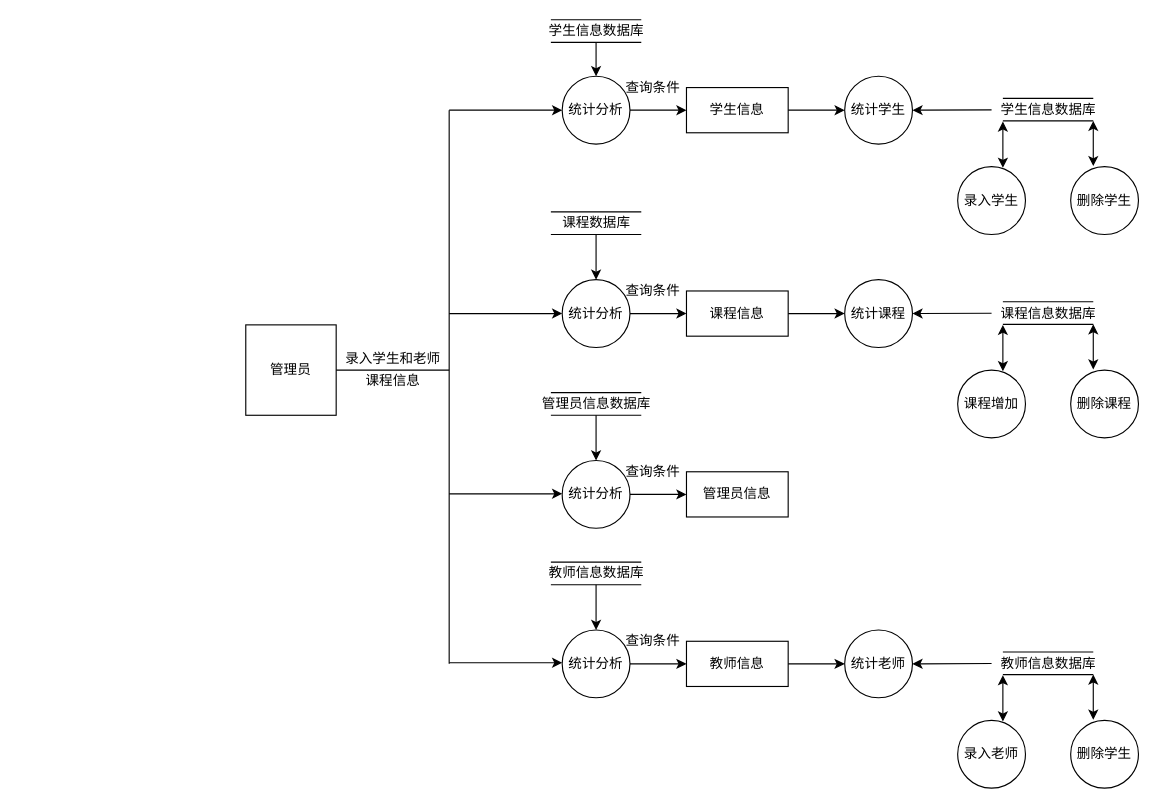
6973lb/A-A keeps this draw.io diagram as Untitled Diagram.drawio. Above is the earlier version. Source tidied: cells renumbered, new cells numbered last; positions are measured from the earlier drawing's top-left corner, leaving out a move shared by most shapes. Both pictures are drawn from the tidied source at 113%, with x=0, y=0 at pixel (245, 19).
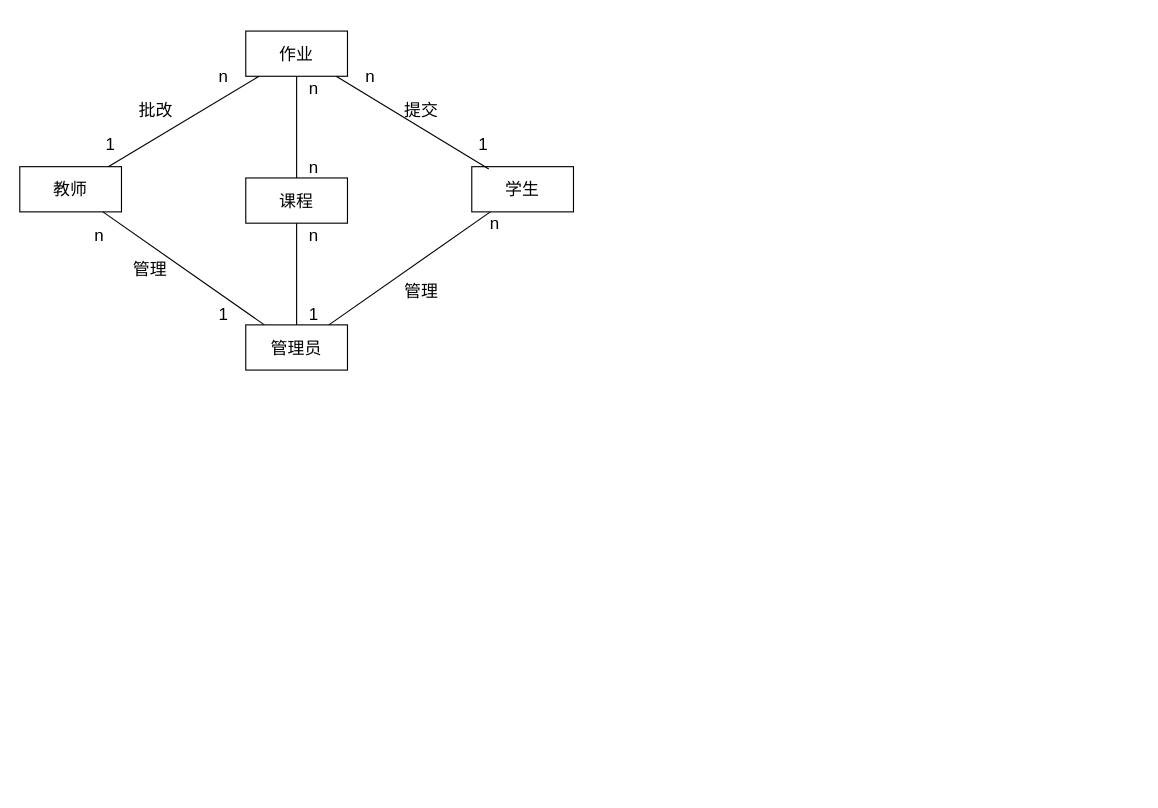
The same diagram, later.

What changed in the source:
```diff
@@
+    <mxCell id="73" value="教师" style="rounded=0;whiteSpace=wrap;html=1;fontSize=15;" parent="1" vertex="1">
+      <mxGeometry x="-200" y="130" width="90" height="40" as="geometry" />
+    </mxCell>
+    <mxCell id="74" value="作业" style="rounded=0;whiteSpace=wrap;html=1;fontSize=15;" parent="1" vertex="1">
+      <mxGeometry y="10" width="90" height="40" as="geometry" />
+    </mxCell>
-    <mxCell id="2" value="管理员" style="whiteSpace=wrap;html=1;" parent="1" vertex="1">
-      <mxGeometry y="270" width="80" height="80" as="geometry" />
+    <mxCell id="2" value="管理员" style="rounded=0;whiteSpace=wrap;html=1;fontSize=15;" parent="1" vertex="1">
+      <mxGeometry y="270" width="90" height="40" as="geometry" />
     </mxCell>
-    <mxCell id="3" style="endArrow=none;html=1;rounded=0;exitX=1;exitY=0.5;exitDx=0;exitDy=0;" parent="1" edge="1" source="2">
-      <mxGeometry relative="1" as="geometry">
-        <mxPoint x="180" y="310" as="targetPoint" />
-      </mxGeometry>
-    </mxCell>
-    <mxCell id="4" style="endArrow=none;html=1;rounded=0;" parent="1" edge="1">
-      <mxGeometry relative="1" as="geometry">
-        <mxPoint x="180" y="570" as="sourcePoint" />
-        <mxPoint x="180" y="80" as="targetPoint" />
-      </mxGeometry>
-    </mxCell>
-    <mxCell id="5" style="endArrow=classic;html=1;rounded=0;" parent="1" edge="1">
-      <mxGeometry relative="1" as="geometry">
-        <mxPoint x="180" y="80" as="sourcePoint" />
-        <mxPoint x="280" y="80" as="targetPoint" />
-      </mxGeometry>
-    </mxCell>
-    <mxCell id="6" value="统计分析" style="ellipse;whiteSpace=wrap;html=1;" parent="1" vertex="1">
-      <mxGeometry x="280" y="50" width="60" height="60" as="geometry" />
-    </mxCell>
-    <mxCell id="7" style="endArrow=none;html=1;rounded=0;" parent="1" edge="1">
-      <mxGeometry relative="1" as="geometry">
-        <mxPoint x="270" as="sourcePoint" />
-        <mxPoint x="350" as="targetPoint" />
-      </mxGeometry>
-    </mxCell>
-    <mxCell id="8" style="endArrow=none;html=1;rounded=0;" parent="1" edge="1">
-      <mxGeometry relative="1" as="geometry">
-        <mxPoint x="270" y="20" as="sourcePoint" />
-        <mxPoint x="350" y="20" as="targetPoint" />
-      </mxGeometry>
-    </mxCell>
-    <mxCell id="9" value="学生信息数据库" style="text;html=1;align=center;verticalAlign=middle;points=[];strokeColor=none;fillColor=none;" parent="1" vertex="1">
-      <mxGeometry x="260" width="100" height="20" as="geometry" />
-    </mxCell>
-    <mxCell id="10" style="endArrow=classic;html=1;rounded=0;entryX=0.5;entryY=0;entryDx=0;entryDy=0;" parent="1" edge="1" source="9" target="6">
-      <mxGeometry relative="1" as="geometry" />
-    </mxCell>
-    <mxCell id="11" value="学生信息" style="rounded=0;whiteSpace=wrap;html=1;" parent="1" vertex="1">
-      <mxGeometry x="390" y="60" width="90" height="40" as="geometry" />
-    </mxCell>
-    <mxCell id="12" style="endArrow=classic;html=1;rounded=0;exitX=1;exitY=0.5;exitDx=0;exitDy=0;entryX=0;entryY=0.5;entryDx=0;entryDy=0;" parent="1" edge="1" source="6" target="11">
-      <mxGeometry relative="1" as="geometry" />
-    </mxCell>
-    <mxCell id="13" value="统计学生" style="ellipse;whiteSpace=wrap;html=1;" parent="1" vertex="1">
-      <mxGeometry x="530" y="50" width="60" height="60" as="geometry" />
-    </mxCell>
-    <mxCell id="14" style="endArrow=none;html=1;rounded=0;" parent="1" edge="1">
-      <mxGeometry relative="1" as="geometry">
-        <mxPoint x="670" y="69.5" as="sourcePoint" />
-        <mxPoint x="750" y="69.5" as="targetPoint" />
-      </mxGeometry>
-    </mxCell>
-    <mxCell id="15" style="endArrow=none;html=1;rounded=0;" parent="1" edge="1">
-      <mxGeometry relative="1" as="geometry">
-        <mxPoint x="670" y="89.5" as="sourcePoint" />
-        <mxPoint x="750" y="89.5" as="targetPoint" />
-      </mxGeometry>
-    </mxCell>
-    <mxCell id="16" value="学生信息数据库" style="text;html=1;align=center;verticalAlign=middle;points=[];strokeColor=none;fillColor=none;" parent="1" vertex="1">
-      <mxGeometry x="660" y="69.5" width="100" height="20" as="geometry" />
-    </mxCell>
-    <mxCell id="17" style="endArrow=classic;html=1;rounded=0;entryX=1;entryY=0.5;entryDx=0;entryDy=0;" parent="1" edge="1" source="16" target="13">
-      <mxGeometry relative="1" as="geometry" />
-    </mxCell>
-    <mxCell id="18" value="统计分析" style="ellipse;whiteSpace=wrap;html=1;" parent="1" vertex="1">
-      <mxGeometry x="280" y="230" width="60" height="60" as="geometry" />
-    </mxCell>
-    <mxCell id="19" style="endArrow=none;html=1;rounded=0;" parent="1" edge="1">
-      <mxGeometry relative="1" as="geometry">
-        <mxPoint x="270" y="170" as="sourcePoint" />
-        <mxPoint x="350" y="170" as="targetPoint" />
-      </mxGeometry>
-    </mxCell>
-    <mxCell id="20" style="endArrow=none;html=1;rounded=0;" parent="1" edge="1">
-      <mxGeometry relative="1" as="geometry">
-        <mxPoint x="270" y="190" as="sourcePoint" />
-        <mxPoint x="350" y="190" as="targetPoint" />
-      </mxGeometry>
-    </mxCell>
-    <mxCell id="21" value="课程数据库" style="text;html=1;align=center;verticalAlign=middle;points=[];strokeColor=none;fillColor=none;" parent="1" vertex="1">
-      <mxGeometry x="270" y="170" width="80" height="20" as="geometry" />
-    </mxCell>
-    <mxCell id="22" style="endArrow=classic;html=1;rounded=0;entryX=0.5;entryY=0;entryDx=0;entryDy=0;" parent="1" edge="1" source="21" target="18">
-      <mxGeometry relative="1" as="geometry" />
-    </mxCell>
-    <mxCell id="23" value="课程信息" style="rounded=0;whiteSpace=wrap;html=1;" parent="1" vertex="1">
-      <mxGeometry x="390" y="240" width="90" height="40" as="geometry" />
-    </mxCell>
-    <mxCell id="24" style="endArrow=classic;html=1;rounded=0;exitX=1;exitY=0.5;exitDx=0;exitDy=0;entryX=0;entryY=0.5;entryDx=0;entryDy=0;" parent="1" edge="1" source="18" target="23">
-      <mxGeometry relative="1" as="geometry" />
-    </mxCell>
-    <mxCell id="25" value="统计分析" style="ellipse;whiteSpace=wrap;html=1;" parent="1" vertex="1">
-      <mxGeometry x="280" y="390" width="60" height="60" as="geometry" />
-    </mxCell>
-    <mxCell id="26" style="endArrow=none;html=1;rounded=0;" parent="1" edge="1">
-      <mxGeometry relative="1" as="geometry">
-        <mxPoint x="270" y="330" as="sourcePoint" />
-        <mxPoint x="350" y="330" as="targetPoint" />
-      </mxGeometry>
-    </mxCell>
-    <mxCell id="27" style="endArrow=none;html=1;rounded=0;" parent="1" edge="1">
-      <mxGeometry relative="1" as="geometry">
-        <mxPoint x="270" y="350" as="sourcePoint" />
-        <mxPoint x="350" y="350" as="targetPoint" />
-      </mxGeometry>
-    </mxCell>
-    <mxCell id="28" value="管理员信息数据库" style="text;html=1;align=center;verticalAlign=middle;points=[];strokeColor=none;fillColor=none;" parent="1" vertex="1">
-      <mxGeometry x="255" y="330" width="110" height="20" as="geometry" />
-    </mxCell>
-    <mxCell id="29" style="endArrow=classic;html=1;rounded=0;entryX=0.5;entryY=0;entryDx=0;entryDy=0;" parent="1" edge="1" source="28" target="25">
-      <mxGeometry relative="1" as="geometry" />
-    </mxCell>
-    <mxCell id="30" value="管理员信息" style="rounded=0;whiteSpace=wrap;html=1;" parent="1" vertex="1">
-      <mxGeometry x="390" y="400" width="90" height="40" as="geometry" />
-    </mxCell>
-    <mxCell id="31" style="endArrow=classic;html=1;rounded=0;exitX=1;exitY=0.5;exitDx=0;exitDy=0;entryX=0;entryY=0.5;entryDx=0;entryDy=0;" parent="1" edge="1" source="25" target="30">
-      <mxGeometry relative="1" as="geometry" />
-    </mxCell>
-    <mxCell id="32" value="统计分析" style="ellipse;whiteSpace=wrap;html=1;" parent="1" vertex="1">
-      <mxGeometry x="280" y="540" width="60" height="60" as="geometry" />
-    </mxCell>
-    <mxCell id="33" style="endArrow=none;html=1;rounded=0;" parent="1" edge="1">
-      <mxGeometry relative="1" as="geometry">
-        <mxPoint x="270" y="480" as="sourcePoint" />
-        <mxPoint x="350" y="480" as="targetPoint" />
-      </mxGeometry>
-    </mxCell>
-    <mxCell id="34" style="endArrow=none;html=1;rounded=0;" parent="1" edge="1">
-      <mxGeometry relative="1" as="geometry">
-        <mxPoint x="270" y="500" as="sourcePoint" />
-        <mxPoint x="350" y="500" as="targetPoint" />
-      </mxGeometry>
-    </mxCell>
-    <mxCell id="35" value="教师信息数据库" style="text;html=1;align=center;verticalAlign=middle;points=[];strokeColor=none;fillColor=none;" parent="1" vertex="1">
-      <mxGeometry x="260" y="480" width="100" height="20" as="geometry" />
-    </mxCell>
-    <mxCell id="36" style="endArrow=classic;html=1;rounded=0;entryX=0.5;entryY=0;entryDx=0;entryDy=0;" parent="1" edge="1" source="35" target="32">
-      <mxGeometry relative="1" as="geometry" />
-    </mxCell>
-    <mxCell id="37" value="教师信息" style="rounded=0;whiteSpace=wrap;html=1;" parent="1" vertex="1">
-      <mxGeometry x="390" y="550" width="90" height="40" as="geometry" />
-    </mxCell>
-    <mxCell id="38" style="endArrow=classic;html=1;rounded=0;exitX=1;exitY=0.5;exitDx=0;exitDy=0;entryX=0;entryY=0.5;entryDx=0;entryDy=0;" parent="1" edge="1" source="32" target="37">
-      <mxGeometry relative="1" as="geometry" />
-    </mxCell>
-    <mxCell id="39" style="endArrow=classic;html=1;rounded=0;entryX=0;entryY=0.5;entryDx=0;entryDy=0;exitX=1;exitY=0.5;exitDx=0;exitDy=0;" parent="1" edge="1" source="11" target="13">
-      <mxGeometry relative="1" as="geometry" />
-    </mxCell>
-    <mxCell id="40" value="录入学生" style="ellipse;whiteSpace=wrap;html=1;" parent="1" vertex="1">
-      <mxGeometry x="630" y="130" width="60" height="60" as="geometry" />
-    </mxCell>
-    <mxCell id="41" value="删除学生" style="ellipse;whiteSpace=wrap;html=1;" parent="1" vertex="1">
-      <mxGeometry x="730" y="130" width="60" height="60" as="geometry" />
-    </mxCell>
-    <mxCell id="42" style="endArrow=classic;startArrow=classic;html=1;rounded=0;entryX=0.667;entryY=0.017;entryDx=0;entryDy=0;entryPerimeter=0;" parent="1" edge="1" target="40">
-      <mxGeometry relative="1" as="geometry">
-        <mxPoint x="670" y="90" as="sourcePoint" />
-      </mxGeometry>
-    </mxCell>
-    <mxCell id="43" style="endArrow=classic;startArrow=classic;html=1;rounded=0;entryX=0.5;entryY=0;entryDx=0;entryDy=0;" parent="1" edge="1">
-      <mxGeometry relative="1" as="geometry">
-        <mxPoint x="750" y="89.5" as="sourcePoint" />
-        <mxPoint x="750" y="129.5" as="targetPoint" />
-      </mxGeometry>
-    </mxCell>
-    <mxCell id="44" value="统计课程" style="ellipse;whiteSpace=wrap;html=1;" parent="1" vertex="1">
-      <mxGeometry x="530" y="230" width="60" height="60" as="geometry" />
-    </mxCell>
-    <mxCell id="45" style="endArrow=none;html=1;rounded=0;" parent="1" edge="1">
-      <mxGeometry relative="1" as="geometry">
-        <mxPoint x="670" y="249.5" as="sourcePoint" />
-        <mxPoint x="750" y="249.5" as="targetPoint" />
-      </mxGeometry>
-    </mxCell>
-    <mxCell id="46" style="endArrow=none;html=1;rounded=0;" parent="1" edge="1">
-      <mxGeometry relative="1" as="geometry">
-        <mxPoint x="670" y="269.5" as="sourcePoint" />
-        <mxPoint x="750" y="269.5" as="targetPoint" />
-      </mxGeometry>
-    </mxCell>
-    <mxCell id="47" value="课程信息数据库" style="text;html=1;align=center;verticalAlign=middle;points=[];strokeColor=none;fillColor=none;" parent="1" vertex="1">
-      <mxGeometry x="660" y="249.5" width="100" height="20" as="geometry" />
-    </mxCell>
-    <mxCell id="48" style="endArrow=classic;html=1;rounded=0;entryX=1;entryY=0.5;entryDx=0;entryDy=0;" parent="1" edge="1" source="47" target="44">
-      <mxGeometry relative="1" as="geometry" />
-    </mxCell>
-    <mxCell id="49" style="endArrow=classic;html=1;rounded=0;entryX=0;entryY=0.5;entryDx=0;entryDy=0;exitX=1;exitY=0.5;exitDx=0;exitDy=0;" parent="1" edge="1" target="44">
-      <mxGeometry relative="1" as="geometry">
-        <mxPoint x="480" y="260" as="sourcePoint" />
-      </mxGeometry>
-    </mxCell>
-    <mxCell id="50" value="课程增加" style="ellipse;whiteSpace=wrap;html=1;" parent="1" vertex="1">
-      <mxGeometry x="630" y="310" width="60" height="60" as="geometry" />
-    </mxCell>
-    <mxCell id="51" value="删除课程" style="ellipse;whiteSpace=wrap;html=1;" parent="1" vertex="1">
-      <mxGeometry x="730" y="310" width="60" height="60" as="geometry" />
-    </mxCell>
-    <mxCell id="52" style="endArrow=classic;startArrow=classic;html=1;rounded=0;entryX=0.667;entryY=0.017;entryDx=0;entryDy=0;entryPerimeter=0;" parent="1" edge="1" target="50">
-      <mxGeometry relative="1" as="geometry">
-        <mxPoint x="670" y="270" as="sourcePoint" />
-      </mxGeometry>
-    </mxCell>
-    <mxCell id="53" style="endArrow=classic;startArrow=classic;html=1;rounded=0;entryX=0.5;entryY=0;entryDx=0;entryDy=0;" parent="1" edge="1">
-      <mxGeometry relative="1" as="geometry">
-        <mxPoint x="750" y="269.5" as="sourcePoint" />
-        <mxPoint x="750" y="309.5" as="targetPoint" />
-      </mxGeometry>
-    </mxCell>
-    <mxCell id="54" value="统计老师" style="ellipse;whiteSpace=wrap;html=1;" parent="1" vertex="1">
-      <mxGeometry x="530" y="540" width="60" height="60" as="geometry" />
-    </mxCell>
-    <mxCell id="55" style="endArrow=none;html=1;rounded=0;" parent="1" edge="1">
-      <mxGeometry relative="1" as="geometry">
-        <mxPoint x="670" y="559.5" as="sourcePoint" />
-        <mxPoint x="750" y="559.5" as="targetPoint" />
-      </mxGeometry>
-    </mxCell>
-    <mxCell id="56" style="endArrow=none;html=1;rounded=0;" parent="1" edge="1">
-      <mxGeometry relative="1" as="geometry">
-        <mxPoint x="670" y="579.5" as="sourcePoint" />
-        <mxPoint x="750" y="579.5" as="targetPoint" />
-      </mxGeometry>
-    </mxCell>
-    <mxCell id="57" value="教师信息数据库" style="text;html=1;align=center;verticalAlign=middle;points=[];strokeColor=none;fillColor=none;" parent="1" vertex="1">
-      <mxGeometry x="660" y="559.5" width="100" height="20" as="geometry" />
-    </mxCell>
-    <mxCell id="58" style="endArrow=classic;html=1;rounded=0;entryX=1;entryY=0.5;entryDx=0;entryDy=0;" parent="1" edge="1" source="57" target="54">
-      <mxGeometry relative="1" as="geometry" />
-    </mxCell>
-    <mxCell id="59" style="endArrow=classic;html=1;rounded=0;entryX=0;entryY=0.5;entryDx=0;entryDy=0;exitX=1;exitY=0.5;exitDx=0;exitDy=0;" parent="1" edge="1" target="54">
-      <mxGeometry relative="1" as="geometry">
-        <mxPoint x="480" y="570" as="sourcePoint" />
-      </mxGeometry>
-    </mxCell>
-    <mxCell id="60" value="录入老师" style="ellipse;whiteSpace=wrap;html=1;" parent="1" vertex="1">
-      <mxGeometry x="630" y="620" width="60" height="60" as="geometry" />
-    </mxCell>
-    <mxCell id="61" value="删除学生" style="ellipse;whiteSpace=wrap;html=1;" parent="1" vertex="1">
-      <mxGeometry x="730" y="620" width="60" height="60" as="geometry" />
-    </mxCell>
-    <mxCell id="62" style="endArrow=classic;startArrow=classic;html=1;rounded=0;entryX=0.667;entryY=0.017;entryDx=0;entryDy=0;entryPerimeter=0;" parent="1" edge="1" target="60">
-      <mxGeometry relative="1" as="geometry">
-        <mxPoint x="670" y="580" as="sourcePoint" />
-      </mxGeometry>
-    </mxCell>
-    <mxCell id="63" style="endArrow=classic;startArrow=classic;html=1;rounded=0;entryX=0.5;entryY=0;entryDx=0;entryDy=0;" parent="1" edge="1">
-      <mxGeometry relative="1" as="geometry">
-        <mxPoint x="750" y="579.5" as="sourcePoint" />
-        <mxPoint x="750" y="619.5" as="targetPoint" />
-      </mxGeometry>
-    </mxCell>
-    <mxCell id="64" style="endArrow=classic;html=1;rounded=0;entryX=0;entryY=0.5;entryDx=0;entryDy=0;" parent="1" edge="1" target="18">
-      <mxGeometry relative="1" as="geometry">
-        <mxPoint x="180" y="260" as="sourcePoint" />
-      </mxGeometry>
-    </mxCell>
-    <mxCell id="65" style="endArrow=classic;html=1;rounded=0;entryX=0;entryY=0.5;entryDx=0;entryDy=0;" parent="1" edge="1">
-      <mxGeometry relative="1" as="geometry">
-        <mxPoint x="180" y="419.5" as="sourcePoint" />
-        <mxPoint x="280" y="419.5" as="targetPoint" />
-      </mxGeometry>
-    </mxCell>
-    <mxCell id="66" style="endArrow=classic;html=1;rounded=0;entryX=0;entryY=0.5;entryDx=0;entryDy=0;" parent="1" edge="1">
-      <mxGeometry relative="1" as="geometry">
-        <mxPoint x="180" y="569" as="sourcePoint" />
-        <mxPoint x="280" y="569" as="targetPoint" />
-      </mxGeometry>
-    </mxCell>
-    <mxCell id="67" value="查询条件" style="text;html=1;align=center;verticalAlign=middle;strokeColor=none;fillColor=none;" parent="1" vertex="1">
-      <mxGeometry x="330" y="50" width="60" height="20" as="geometry" />
-    </mxCell>
-    <mxCell id="68" value="查询条件" style="text;html=1;align=center;verticalAlign=middle;strokeColor=none;fillColor=none;" parent="1" vertex="1">
-      <mxGeometry x="330" y="230" width="60" height="20" as="geometry" />
-    </mxCell>
-    <mxCell id="69" value="查询条件" style="text;html=1;align=center;verticalAlign=middle;strokeColor=none;fillColor=none;" parent="1" vertex="1">
-      <mxGeometry x="330" y="390" width="60" height="20" as="geometry" />
-    </mxCell>
-    <mxCell id="70" value="查询条件" style="text;html=1;align=center;verticalAlign=middle;strokeColor=none;fillColor=none;" parent="1" vertex="1">
-      <mxGeometry x="330" y="539.5" width="60" height="20" as="geometry" />
-    </mxCell>
-    <mxCell id="71" value="录入学生和老师" style="text;html=1;align=center;verticalAlign=middle;strokeColor=none;fillColor=none;" parent="1" vertex="1">
-      <mxGeometry x="80" y="290" width="100" height="20" as="geometry" />
-    </mxCell>
-    <mxCell id="72" value="课程信息" style="text;html=1;align=center;verticalAlign=middle;strokeColor=none;fillColor=none;" parent="1" vertex="1">
-      <mxGeometry x="100" y="310" width="60" height="20" as="geometry" />
-    </mxCell>
+    <mxCell id="75" value="学生" style="rounded=0;whiteSpace=wrap;html=1;fontSize=15;" parent="1" vertex="1">
+      <mxGeometry x="200" y="130" width="90" height="40" as="geometry" />
+    </mxCell>
+    <mxCell id="76" value="课程" style="rounded=0;whiteSpace=wrap;html=1;fontSize=15;" parent="1" vertex="1">
+      <mxGeometry y="140" width="90" height="40" as="geometry" />
+    </mxCell>
+    <mxCell id="77" style="endArrow=none;html=1;rounded=0;fontSize=15;exitX=0.5;exitY=0;exitDx=0;exitDy=0;" parent="1" edge="1" source="2" target="76">
+      <mxGeometry relative="1" as="geometry" />
+    </mxCell>
+    <mxCell id="78" value="1" style="text;html=1;align=center;verticalAlign=middle;strokeColor=none;fillColor=none;fontSize=15;" parent="1" vertex="1">
+      <mxGeometry x="50" y="250" width="20" height="20" as="geometry" />
+    </mxCell>
+    <mxCell id="79" value="n" style="text;html=1;align=center;verticalAlign=middle;strokeColor=none;fillColor=none;fontSize=15;" parent="1" vertex="1">
+      <mxGeometry x="50" y="180" width="20" height="20" as="geometry" />
+    </mxCell>
+    <mxCell id="80" style="endArrow=none;html=1;rounded=0;fontSize=15;" parent="1" edge="1" source="73" target="74">
+      <mxGeometry relative="1" as="geometry" />
+    </mxCell>
+    <mxCell id="81" style="endArrow=none;html=1;rounded=0;fontSize=15;exitX=0.167;exitY=0.05;exitDx=0;exitDy=0;exitPerimeter=0;" parent="1" edge="1" source="75">
+      <mxGeometry relative="1" as="geometry">
+        <mxPoint x="80" y="50" as="targetPoint" />
+      </mxGeometry>
+    </mxCell>
+    <mxCell id="82" style="endArrow=none;html=1;rounded=0;fontSize=15;" parent="1" edge="1" source="2" target="73">
+      <mxGeometry relative="1" as="geometry" />
+    </mxCell>
+    <mxCell id="83" style="endArrow=none;html=1;rounded=0;fontSize=15;" parent="1" edge="1" source="2" target="75">
+      <mxGeometry relative="1" as="geometry" />
+    </mxCell>
+    <mxCell id="84" value="1" style="text;html=1;align=center;verticalAlign=middle;strokeColor=none;fillColor=none;fontSize=15;" parent="1" vertex="1">
+      <mxGeometry x="-30" y="250" width="20" height="20" as="geometry" />
+    </mxCell>
+    <mxCell id="85" value="n" style="text;html=1;align=center;verticalAlign=middle;strokeColor=none;fillColor=none;fontSize=15;" parent="1" vertex="1">
+      <mxGeometry x="-140" y="180" width="20" height="20" as="geometry" />
+    </mxCell>
+    <mxCell id="86" value="1" style="text;html=1;align=center;verticalAlign=middle;strokeColor=none;fillColor=none;fontSize=15;" parent="1" vertex="1">
+      <mxGeometry x="-130" y="100" width="20" height="20" as="geometry" />
+    </mxCell>
+    <mxCell id="87" value="n" style="text;html=1;align=center;verticalAlign=middle;strokeColor=none;fillColor=none;fontSize=15;" parent="1" vertex="1">
+      <mxGeometry x="-30" y="40" width="20" height="20" as="geometry" />
+    </mxCell>
+    <mxCell id="88" value="n" style="text;html=1;align=center;verticalAlign=middle;strokeColor=none;fillColor=none;fontSize=15;" parent="1" vertex="1">
+      <mxGeometry x="100" y="40" width="20" height="20" as="geometry" />
+    </mxCell>
+    <mxCell id="89" value="1" style="text;html=1;align=center;verticalAlign=middle;strokeColor=none;fillColor=none;fontSize=15;" parent="1" vertex="1">
+      <mxGeometry x="200" y="100" width="20" height="20" as="geometry" />
+    </mxCell>
+    <mxCell id="90" style="endArrow=none;html=1;rounded=0;fontSize=15;" parent="1" edge="1" source="76" target="74">
+      <mxGeometry relative="1" as="geometry" />
+    </mxCell>
+    <mxCell id="91" value="n" style="text;html=1;align=center;verticalAlign=middle;strokeColor=none;fillColor=none;fontSize=15;" parent="1" vertex="1">
+      <mxGeometry x="50" y="120" width="20" height="20" as="geometry" />
+    </mxCell>
+    <mxCell id="92" value="n" style="text;html=1;align=center;verticalAlign=middle;strokeColor=none;fillColor=none;fontSize=15;" parent="1" vertex="1">
+      <mxGeometry x="50" y="50" width="20" height="20" as="geometry" />
+    </mxCell>
+    <mxCell id="93" value="n" style="text;html=1;align=center;verticalAlign=middle;strokeColor=none;fillColor=none;fontSize=15;" parent="1" vertex="1">
+      <mxGeometry x="210" y="170" width="20" height="20" as="geometry" />
+    </mxCell>
+    <mxCell id="94" value="管理" style="text;html=1;align=center;verticalAlign=middle;strokeColor=none;fillColor=none;fontSize=15;" parent="1" vertex="1">
+      <mxGeometry x="-110" y="210" width="50" height="20" as="geometry" />
+    </mxCell>
+    <mxCell id="95" value="管理" style="text;html=1;align=center;verticalAlign=middle;strokeColor=none;fillColor=none;fontSize=15;" parent="1" vertex="1">
+      <mxGeometry x="130" y="230" width="50" height="20" as="geometry" />
+    </mxCell>
+    <mxCell id="96" value="提交" style="text;html=1;align=center;verticalAlign=middle;strokeColor=none;fillColor=none;fontSize=15;rotation=0;" parent="1" vertex="1">
+      <mxGeometry x="130" y="70" width="50" height="20" as="geometry" />
+    </mxCell>
+    <mxCell id="97" value="批改" style="text;html=1;align=center;verticalAlign=middle;strokeColor=none;fillColor=none;fontSize=15;" parent="1" vertex="1">
+      <mxGeometry x="-105" y="70" width="50" height="20" as="geometry" />
+    </mxCell>
```
